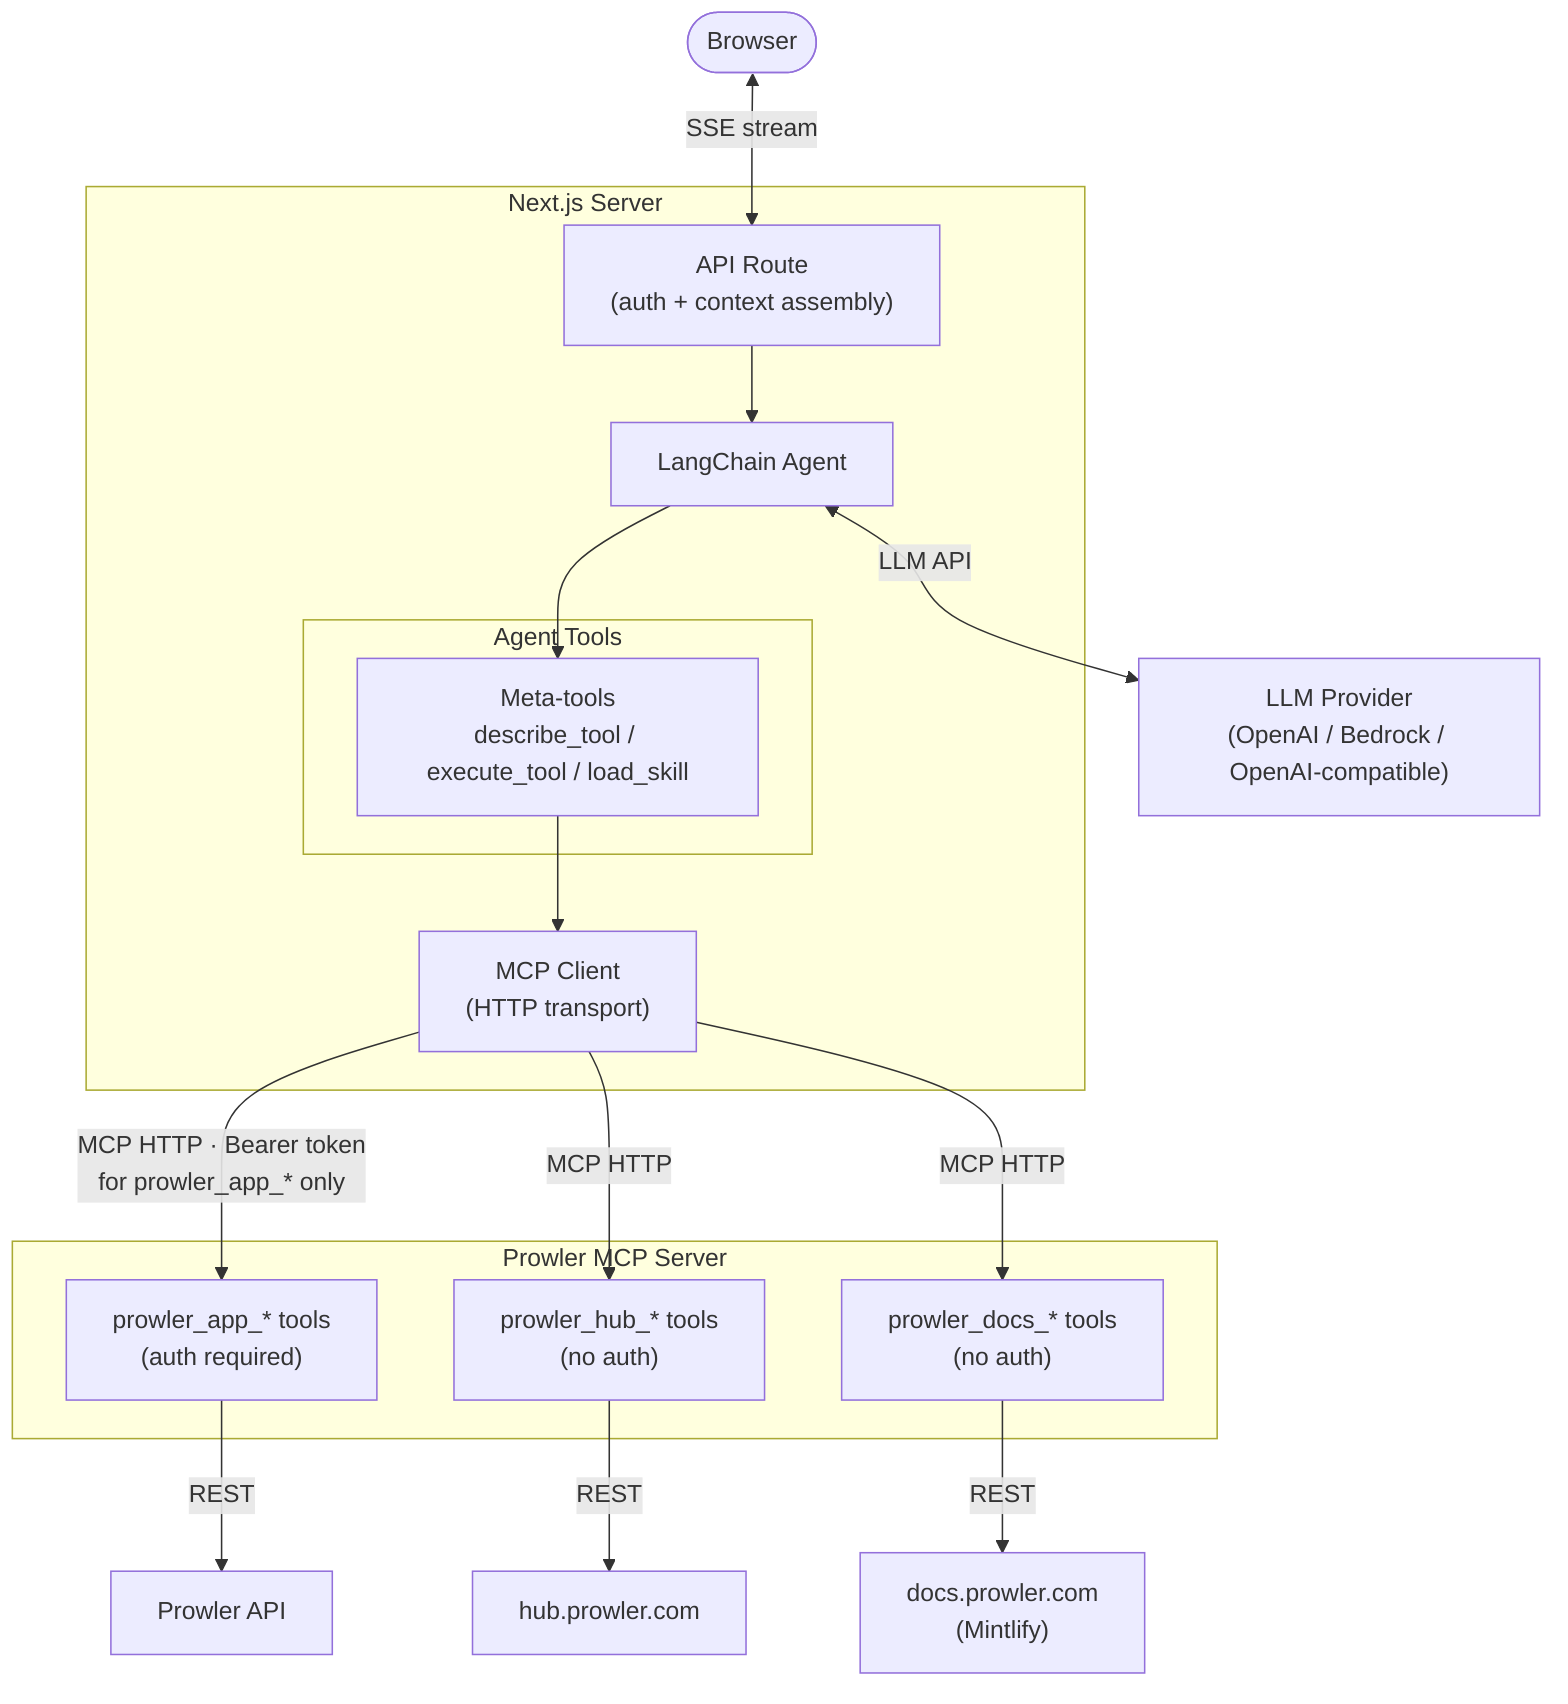
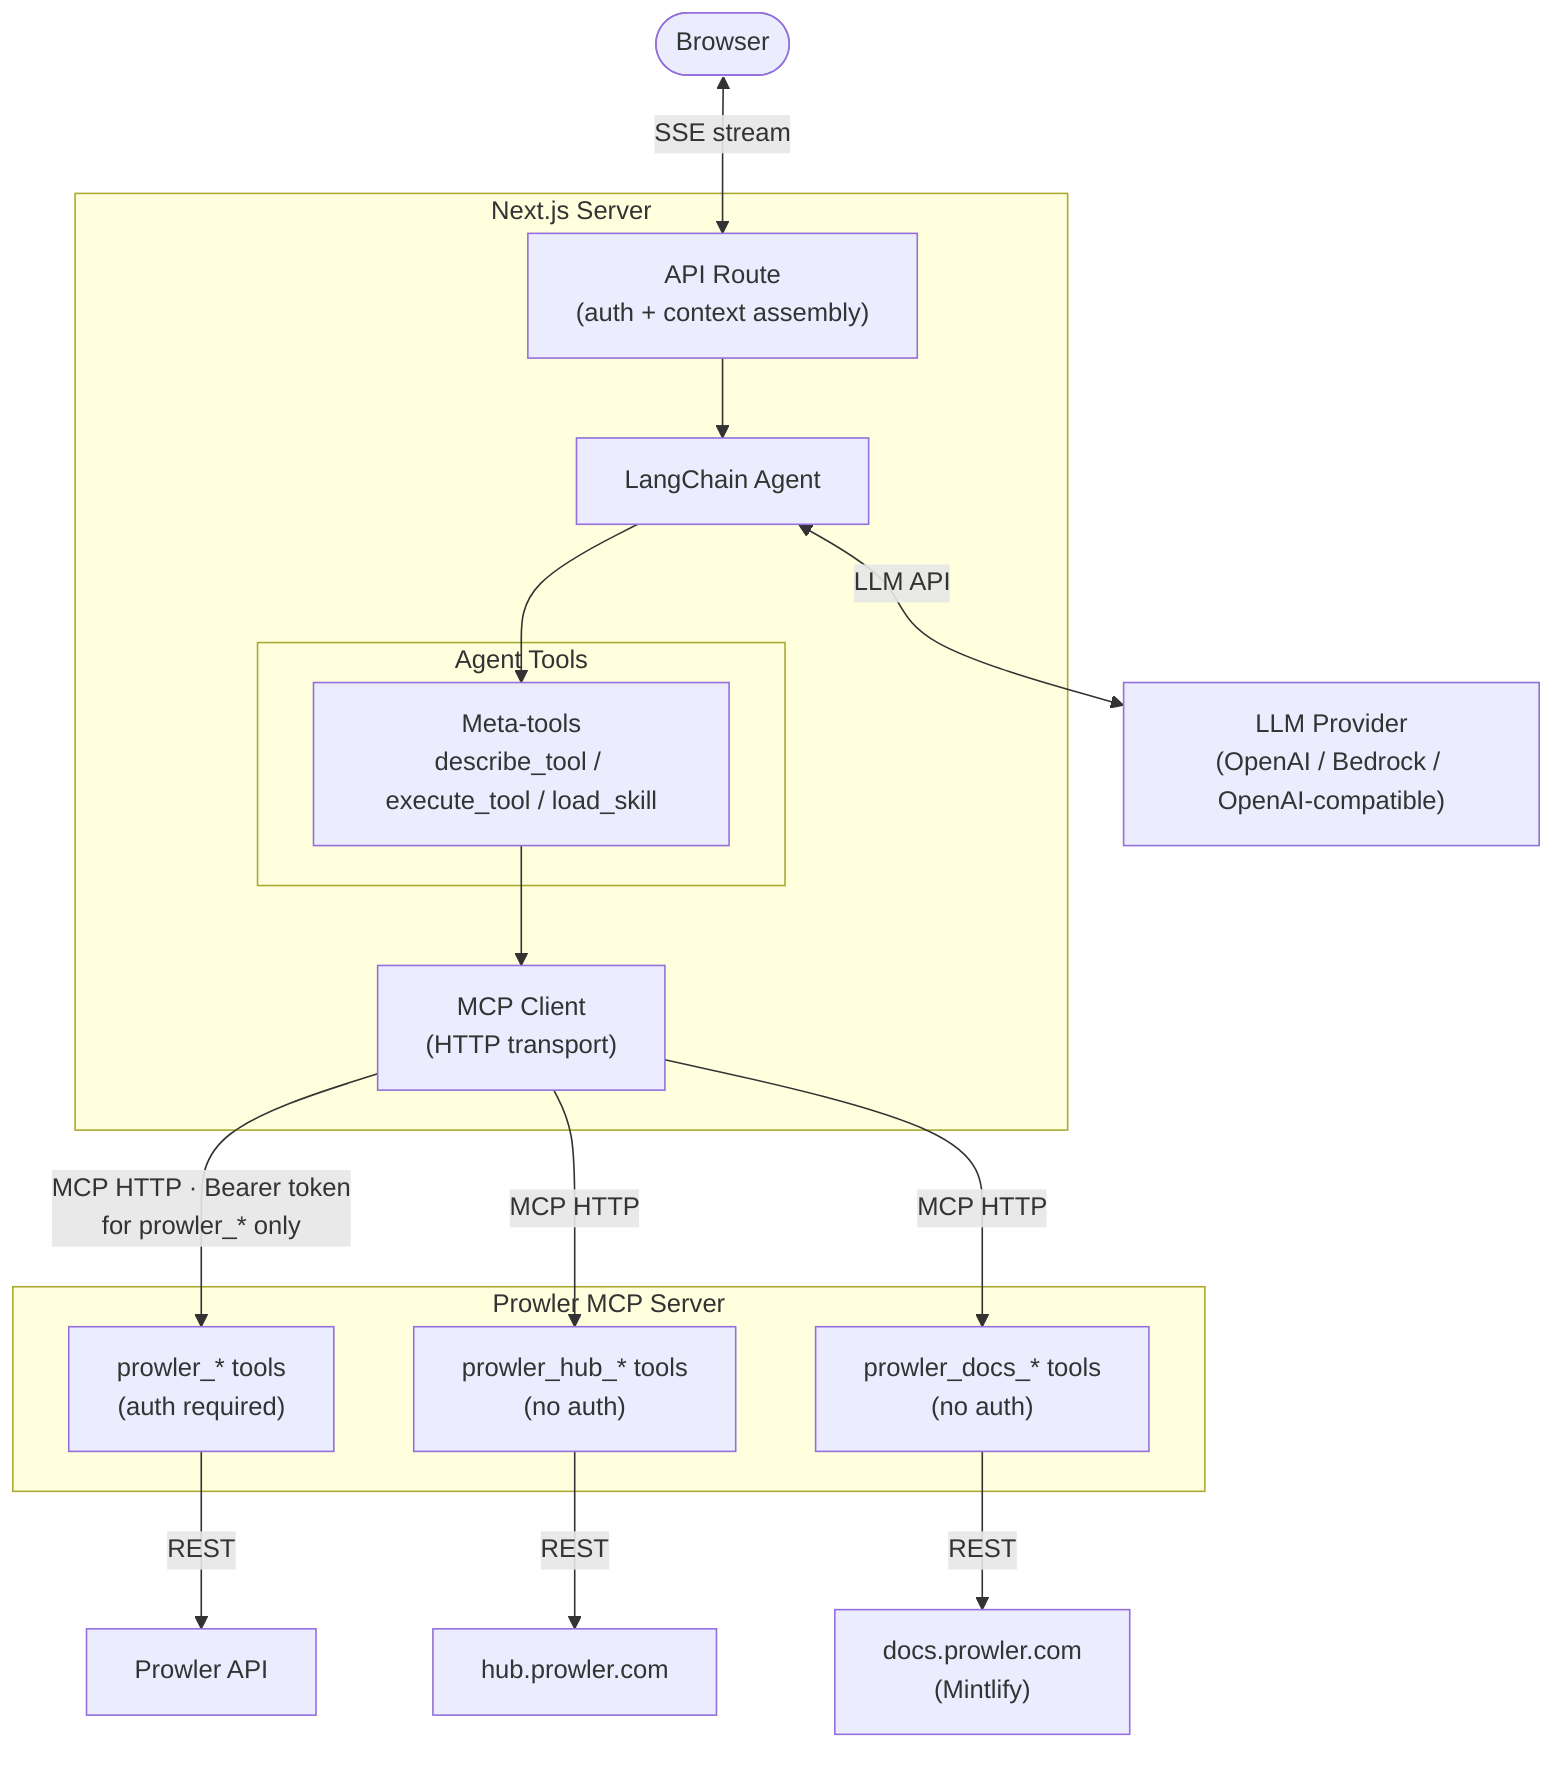
flowchart TB
    browser([Browser])

    subgraph NEXTJS["Next.js Server"]
        route["API Route<br/>(auth + context assembly)"]
        agent["LangChain Agent"]

        subgraph TOOLS["Agent Tools"]
            metatools["Meta-tools<br/>describe_tool / execute_tool / load_skill"]
        end

        mcpclient["MCP Client<br/>(HTTP transport)"]
    end

    llm["LLM Provider<br/>(OpenAI / Bedrock / OpenAI-compatible)"]

    subgraph MCP["Prowler MCP Server"]
-         app_tools["prowler_app_* tools<br/>(auth required)"]
+         app_tools["prowler_* tools<br/>(auth required)"]
        hub_tools["prowler_hub_* tools<br/>(no auth)"]
        docs_tools["prowler_docs_* tools<br/>(no auth)"]
    end

    api["Prowler API"]
    hub["hub.prowler.com"]
    docs["docs.prowler.com<br/>(Mintlify)"]

    browser <-->|SSE stream| route
    route --> agent
    agent <-->|LLM API| llm
    agent --> metatools
    metatools --> mcpclient
-     mcpclient -->|MCP HTTP · Bearer token<br/>for prowler_app_* only| app_tools
+     mcpclient -->|MCP HTTP · Bearer token<br/>for prowler_* only| app_tools
    mcpclient -->|MCP HTTP| hub_tools
    mcpclient -->|MCP HTTP| docs_tools
    app_tools -->|REST| api
    hub_tools -->|REST| hub
    docs_tools -->|REST| docs
